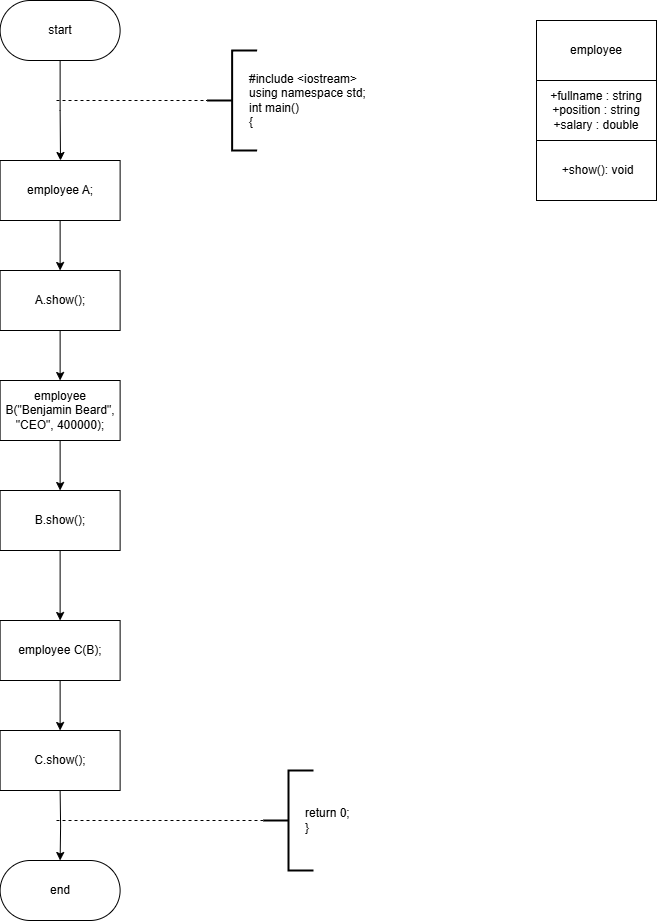
Earlier version of the draw.io export Sem_2/Classes/class_2/class_2.png (hivaily/Labs_PSTU_2024). Source tidied: cells renumbered, new cells last; positions are measured from the earlier drawing's top-left corner, leaving out a move shared by most shapes.
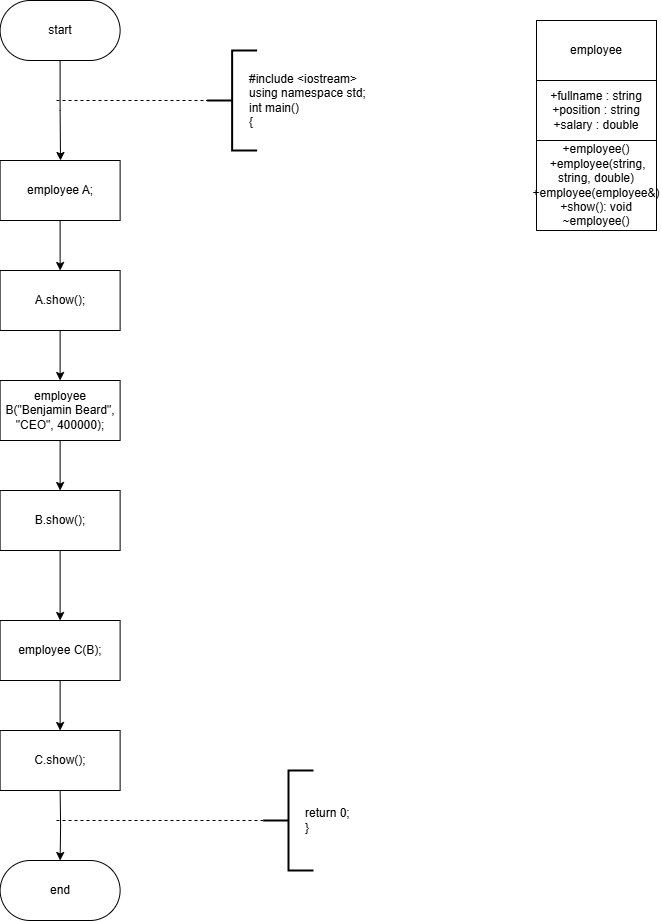
After the commit.

What changed in the source:
```diff
@@ -59,8 +59,8 @@
     <mxCell id="17" value="+fullname : string&lt;div&gt;+position : string&lt;/div&gt;&lt;div&gt;+salary : double&lt;/div&gt;" style="rounded=0;whiteSpace=wrap;html=1;" parent="1" vertex="1">
       <mxGeometry x="536" y="80" width="120" height="60" as="geometry" />
     </mxCell>
-    <mxCell id="18" value="&lt;div&gt;&amp;nbsp;&lt;span style=&quot;background-color: transparent; color: light-dark(rgb(0, 0, 0), rgb(255, 255, 255));&quot;&gt;+show(): void&lt;/span&gt;&lt;/div&gt;" style="rounded=0;whiteSpace=wrap;html=1;" parent="1" vertex="1">
-      <mxGeometry x="536" y="140" width="120" height="60" as="geometry" />
+    <mxCell id="18" value="&lt;div&gt;+employee()&lt;/div&gt;&lt;div&gt;&amp;nbsp;+employee(string, string, double)&lt;/div&gt;&lt;div&gt;&lt;span style=&quot;background-color: transparent; color: light-dark(rgb(0, 0, 0), rgb(255, 255, 255));&quot;&gt;+employee(employee&amp;amp;)&lt;br&gt;+show(): void&lt;/span&gt;&lt;/div&gt;&lt;div&gt;~employee()&lt;/div&gt;" style="rounded=0;whiteSpace=wrap;html=1;" parent="1" vertex="1">
+      <mxGeometry x="536" y="140" width="120" height="90" as="geometry" />
     </mxCell>
     <mxCell id="19" style="edgeStyle=orthogonalEdgeStyle;rounded=0;jettySize=auto;html=1;entryX=0.5;entryY=0;entryDx=0;entryDy=0;" parent="1" edge="1" source="20" target="22">
       <mxGeometry relative="1" as="geometry" />
```
